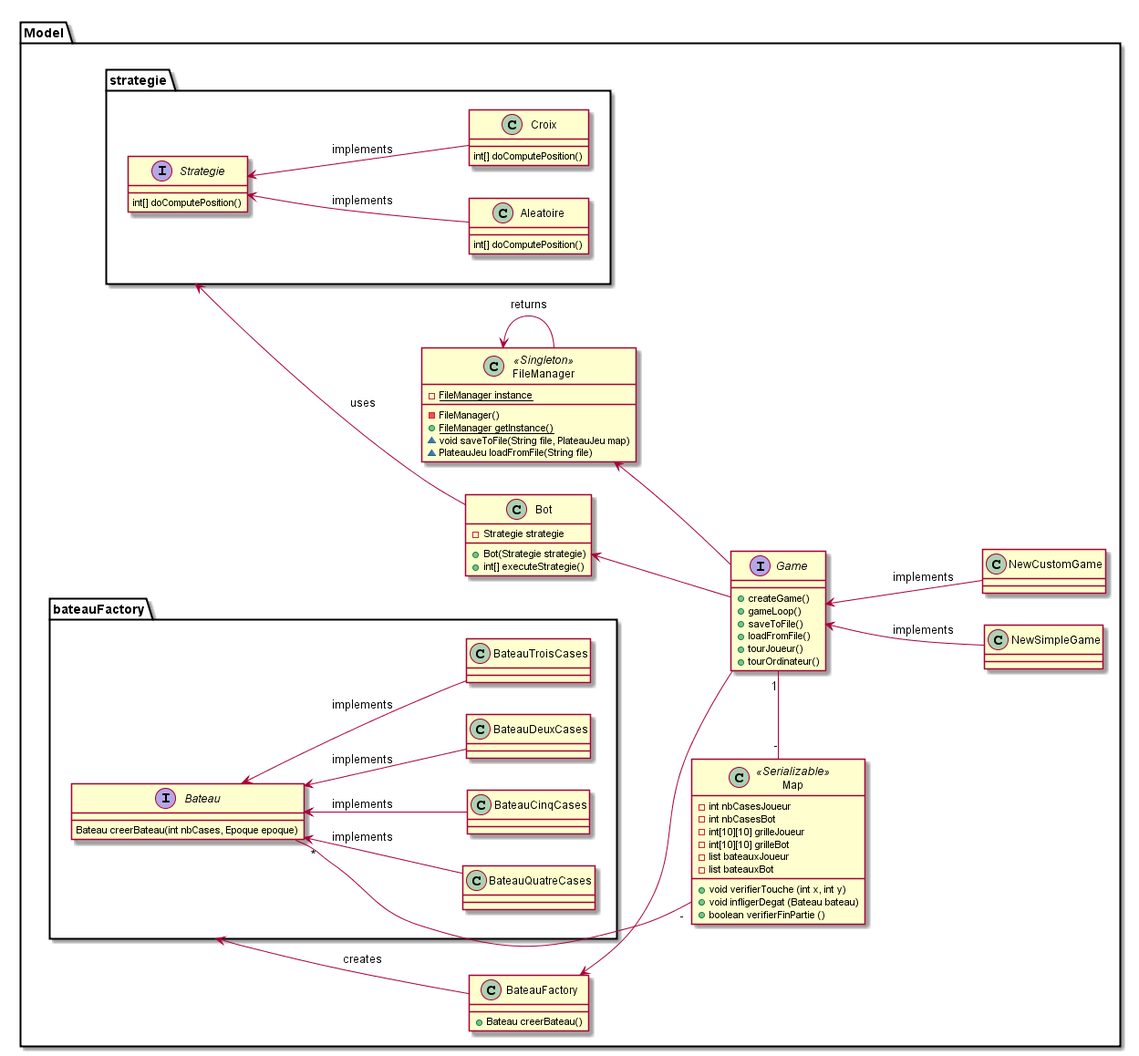
Before: ClassDiagram.png, a diagram exported from PlantUML (sT4R3K/batailleNavale).
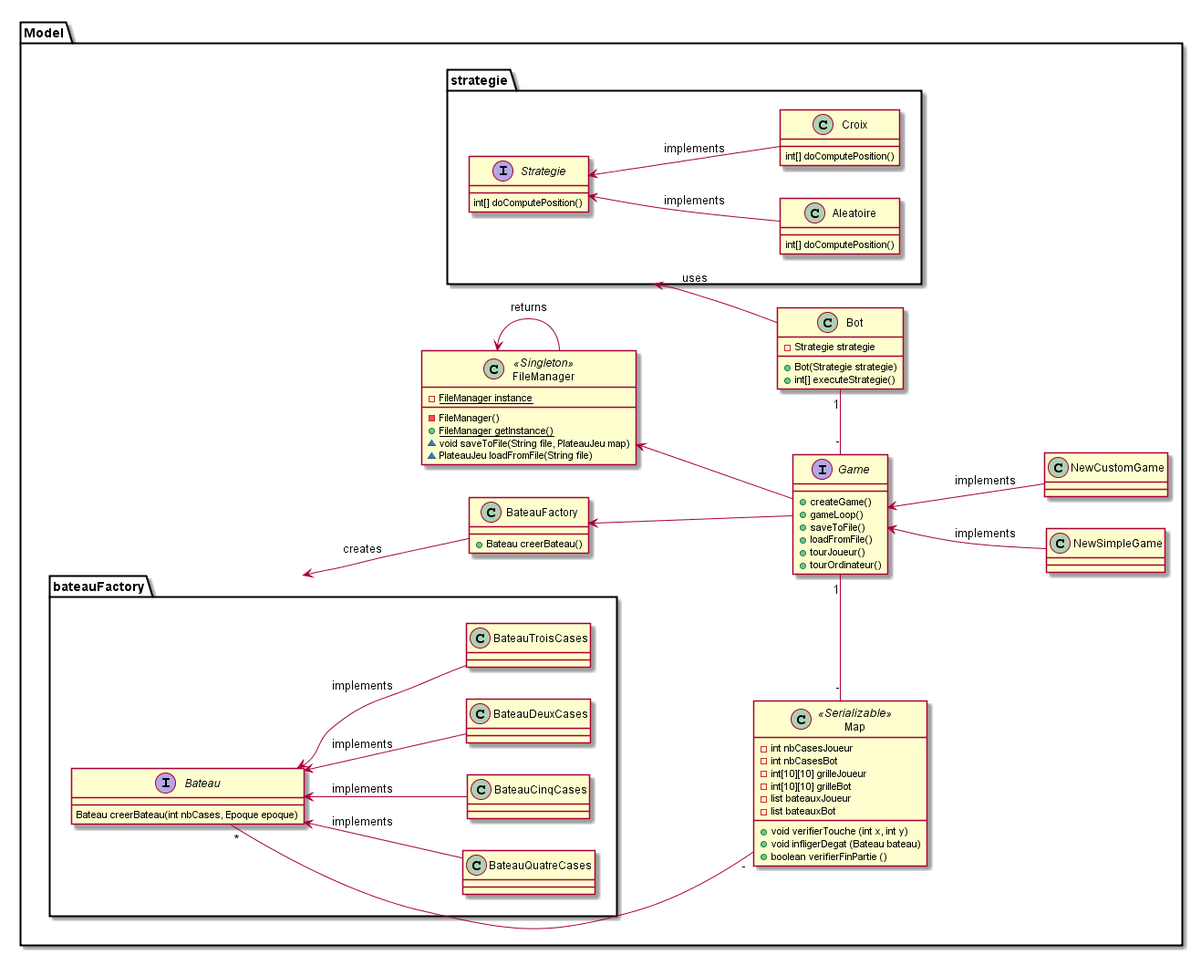
After the commit.

Change to the diagram source:
```diff
@@ -91,6 +91,6 @@
 
 	FileManager <-- Game
 	BateauFactory <-- Game
-	Bot <-- Game
+	Bot "1" - "-" Game
 }
 @enduml
```
